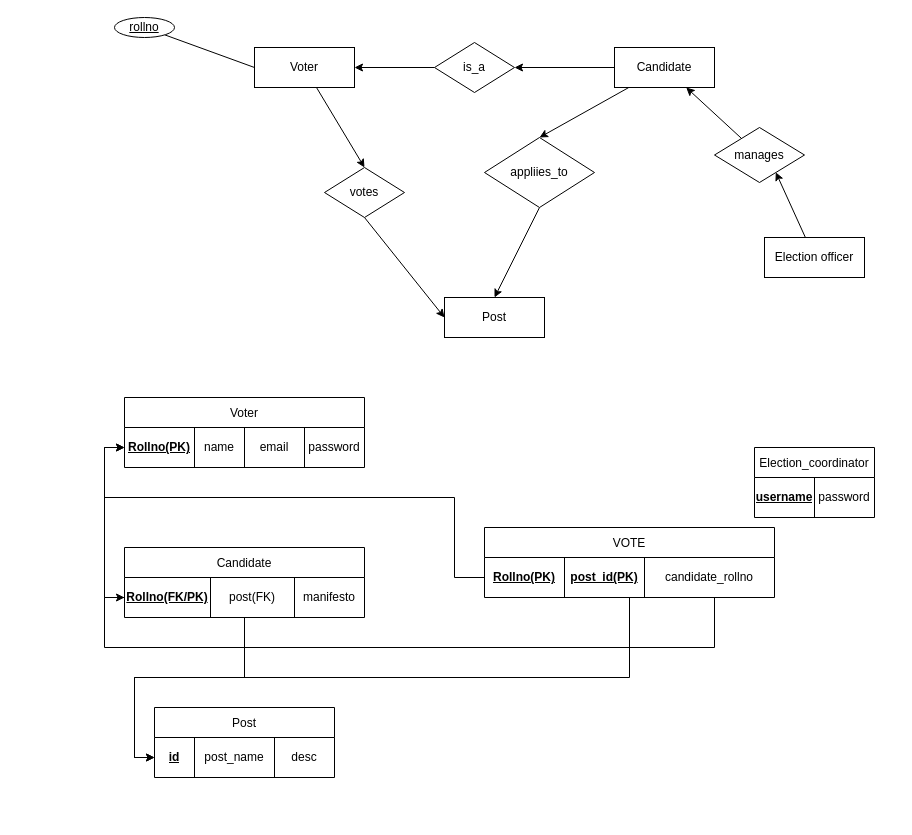
IgnatiousVarghese/Election-Management-System keeps this draw.io diagram as er_election.drawio. Above is the earlier version. Source tidied: cells renumbered, new cells numbered last; positions are measured from the earlier drawing's top-left corner, leaving out a move shared by most shapes. Both pictures are drawn from the tidied source at 100%, with x=0, y=0 at pixel (104, 17).
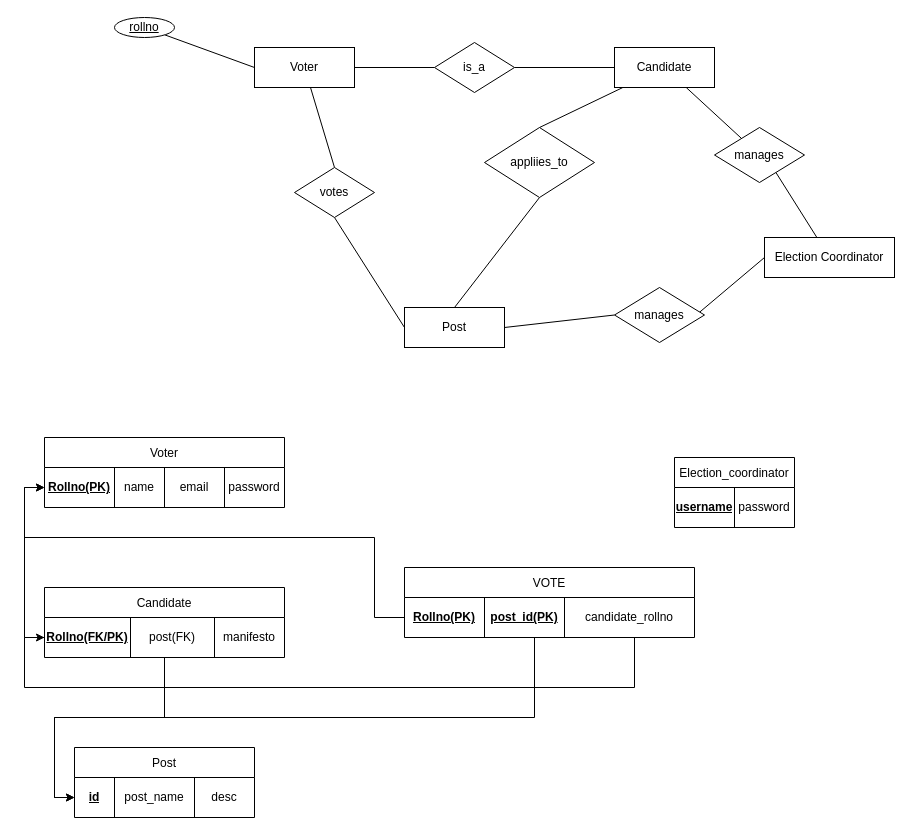
The same diagram, later.

The change refers to these unchanged cells:
```xml
<mxCell id="3" value="Voter" style="whiteSpace=wrap;html=1;align=center;" parent="1" vertex="1">
  <mxGeometry x="150" y="30" width="100" height="40" as="geometry" />
</mxCell>
<mxCell id="9" value="Candidate" style="whiteSpace=wrap;html=1;align=center;" parent="1" vertex="1">
  <mxGeometry x="510" y="30" width="100" height="40" as="geometry" />
</mxCell>
<mxCell id="14" value="is_a" style="shape=rhombus;perimeter=rhombusPerimeter;whiteSpace=wrap;html=1;align=center;" parent="1" vertex="1">
  <mxGeometry x="330" y="25" width="80" height="50" as="geometry" />
</mxCell>
<mxCell id="20" value="manages" style="shape=rhombus;perimeter=rhombusPerimeter;whiteSpace=wrap;html=1;align=center;" parent="1" vertex="1">
  <mxGeometry x="610" y="110" width="90" height="55" as="geometry" />
</mxCell>
<mxCell id="22" style="shape=partialRectangle;fillColor=none;top=0;left=0;bottom=0;right=0;points=[[0,0.5],[1,0.5]];portConstraint=eastwest;" parent="21" vertex="1">
  <mxGeometry y="30" width="240" height="40" as="geometry" />
</mxCell>
<mxCell id="34" style="shape=partialRectangle;fillColor=none;top=0;left=0;bottom=0;right=0;points=[[0,0.5],[1,0.5]];portConstraint=eastwest;" parent="33" vertex="1">
  <mxGeometry y="30" width="180" height="40" as="geometry" />
</mxCell>
<mxCell id="46" style="shape=partialRectangle;fillColor=none;top=0;left=0;bottom=0;right=0;points=[[0,0.5],[1,0.5]];portConstraint=eastwest;" parent="45" vertex="1">
  <mxGeometry y="30" width="290" height="40" as="geometry" />
</mxCell>
```

Change to the diagram source:
```diff
@@
-    <mxCell id="2" style="edgeStyle=none;rounded=0;jettySize=auto;html=1;entryX=0.5;entryY=0;entryDx=0;entryDy=0;endArrow=classic;endFill=1;" parent="1" edge="1" source="3" target="18">
+    <mxCell id="2" style="edgeStyle=none;rounded=0;jettySize=auto;html=1;entryX=0.5;entryY=0;entryDx=0;entryDy=0;endArrow=none;endFill=0;" parent="1" edge="1" source="3" target="18">
       <mxGeometry relative="1" as="geometry" />
     </mxCell>
@@
     <mxCell id="4" value="Post" style="whiteSpace=wrap;html=1;align=center;" parent="1" vertex="1">
-      <mxGeometry x="340" y="280" width="100" height="40" as="geometry" />
+      <mxGeometry x="300" y="290" width="100" height="40" as="geometry" />
     </mxCell>
-    <mxCell id="5" style="edgeStyle=none;rounded=0;jettySize=auto;html=1;entryX=0.681;entryY=0.814;entryDx=0;entryDy=0;entryPerimeter=0;endArrow=classic;endFill=1;" parent="1" edge="1" source="6" target="20">
+    <mxCell id="5" style="edgeStyle=none;rounded=0;jettySize=auto;html=1;entryX=0.681;entryY=0.814;entryDx=0;entryDy=0;entryPerimeter=0;endArrow=none;endFill=0;" parent="1" edge="1" source="6" target="20">
       <mxGeometry relative="1" as="geometry" />
     </mxCell>
-    <mxCell id="6" value="Election officer" style="whiteSpace=wrap;html=1;align=center;" parent="1" vertex="1">
-      <mxGeometry x="660" y="220" width="100" height="40" as="geometry" />
+    <mxCell id="6" value="Election Coordinator" style="whiteSpace=wrap;html=1;align=center;" parent="1" vertex="1">
+      <mxGeometry x="660" y="220" width="130" height="40" as="geometry" />
     </mxCell>
-    <mxCell id="7" style="edgeStyle=none;rounded=0;jettySize=auto;html=1;entryX=1;entryY=0.5;entryDx=0;entryDy=0;endArrow=classic;endFill=1;" parent="1" edge="1" source="9" target="14">
+    <mxCell id="7" style="edgeStyle=none;rounded=0;jettySize=auto;html=1;entryX=1;entryY=0.5;entryDx=0;entryDy=0;endArrow=none;endFill=0;" parent="1" edge="1" source="9" target="14">
       <mxGeometry relative="1" as="geometry" />
     </mxCell>
-    <mxCell id="8" style="edgeStyle=none;rounded=0;jettySize=auto;html=1;entryX=0.5;entryY=0;entryDx=0;entryDy=0;endArrow=classic;endFill=1;" parent="1" edge="1" source="9" target="16">
+    <mxCell id="8" style="edgeStyle=none;rounded=0;jettySize=auto;html=1;entryX=0.5;entryY=0;entryDx=0;entryDy=0;endArrow=none;endFill=0;" parent="1" edge="1" source="9" target="16">
       <mxGeometry relative="1" as="geometry" />
     </mxCell>
@@
-    <mxCell id="13" style="edgeStyle=none;rounded=0;jettySize=auto;html=1;entryX=1;entryY=0.5;entryDx=0;entryDy=0;endArrow=classic;endFill=1;" parent="1" edge="1" source="14" target="3">
+    <mxCell id="13" style="edgeStyle=none;rounded=0;jettySize=auto;html=1;entryX=1;entryY=0.5;entryDx=0;entryDy=0;endArrow=none;endFill=0;" parent="1" edge="1" source="14" target="3">
       <mxGeometry relative="1" as="geometry" />
     </mxCell>
@@
-    <mxCell id="15" style="edgeStyle=none;rounded=0;jettySize=auto;html=1;exitX=0.5;exitY=1;exitDx=0;exitDy=0;entryX=0.5;entryY=0;entryDx=0;entryDy=0;endArrow=classic;endFill=1;" parent="1" edge="1" source="16" target="4">
+    <mxCell id="15" style="edgeStyle=none;rounded=0;jettySize=auto;html=1;exitX=0.5;exitY=1;exitDx=0;exitDy=0;entryX=0.5;entryY=0;entryDx=0;entryDy=0;endArrow=none;endFill=0;" parent="1" edge="1" source="16" target="4">
       <mxGeometry relative="1" as="geometry" />
     </mxCell>
     <mxCell id="16" value="appliies_to" style="shape=rhombus;perimeter=rhombusPerimeter;whiteSpace=wrap;html=1;align=center;" parent="1" vertex="1">
-      <mxGeometry x="380" y="120" width="110" height="70" as="geometry" />
+      <mxGeometry x="380" y="110" width="110" height="70" as="geometry" />
     </mxCell>
-    <mxCell id="17" style="edgeStyle=none;rounded=0;jettySize=auto;html=1;entryX=0;entryY=0.5;entryDx=0;entryDy=0;endArrow=classic;endFill=1;exitX=0.5;exitY=1;exitDx=0;exitDy=0;" parent="1" edge="1" source="18" target="4">
+    <mxCell id="17" style="edgeStyle=none;rounded=0;jettySize=auto;html=1;entryX=0;entryY=0.5;entryDx=0;entryDy=0;endArrow=none;endFill=0;exitX=0.5;exitY=1;exitDx=0;exitDy=0;" parent="1" edge="1" source="18" target="4">
       <mxGeometry relative="1" as="geometry" />
     </mxCell>
     <mxCell id="18" value="votes" style="shape=rhombus;perimeter=rhombusPerimeter;whiteSpace=wrap;html=1;align=center;" parent="1" vertex="1">
-      <mxGeometry x="220" y="150" width="80" height="50" as="geometry" />
+      <mxGeometry x="190" y="150" width="80" height="50" as="geometry" />
     </mxCell>
-    <mxCell id="19" style="edgeStyle=none;rounded=0;jettySize=auto;html=1;endArrow=classic;endFill=1;" parent="1" edge="1" source="20" target="9">
+    <mxCell id="19" style="edgeStyle=none;rounded=0;jettySize=auto;html=1;endArrow=none;endFill=0;" parent="1" edge="1" source="20" target="9">
       <mxGeometry relative="1" as="geometry" />
     </mxCell>
@@
     <mxCell id="21" value="Voter" style="shape=table;startSize=30;childLayout=tableLayout;" parent="1" vertex="1">
-      <mxGeometry x="20" y="380" width="240" height="70" as="geometry" />
+      <mxGeometry x="-60" y="420" width="240" height="70" as="geometry" />
     </mxCell>
@@
     <mxCell id="28" value="Candidate" style="shape=table;startSize=30;childLayout=tableLayout;" parent="1" vertex="1">
-      <mxGeometry x="20" y="530" width="240" height="70" as="geometry" />
+      <mxGeometry x="-60" y="570" width="240" height="70" as="geometry" />
     </mxCell>
@@
     <mxCell id="33" value="Post" style="shape=table;startSize=30;childLayout=tableLayout;" parent="1" vertex="1">
-      <mxGeometry x="50" y="690" width="180" height="70" as="geometry" />
+      <mxGeometry x="-30" y="730" width="180" height="70" as="geometry" />
     </mxCell>
@@
     <mxCell id="39" value="Election_coordinator" style="shape=table;startSize=30;childLayout=tableLayout;" parent="1" vertex="1">
-      <mxGeometry x="650" y="430" width="120" height="70" as="geometry" />
+      <mxGeometry x="570" y="440" width="120" height="70" as="geometry" />
     </mxCell>
@@
     <mxCell id="43" style="edgeStyle=orthogonalEdgeStyle;rounded=0;jettySize=auto;html=1;entryX=0;entryY=0.5;entryDx=0;entryDy=0;endArrow=classic;endFill=1;" parent="1" edge="1" source="45" target="34">
       <mxGeometry relative="1" as="geometry">
         <Array as="points">
-          <mxPoint x="525" y="660" />
-          <mxPoint x="30" y="660" />
-          <mxPoint x="30" y="740" />
+          <mxPoint x="430" y="700" />
+          <mxPoint x="-50" y="700" />
+          <mxPoint x="-50" y="780" />
         </Array>
       </mxGeometry>
     </mxCell>
     <mxCell id="44" style="rounded=0;jettySize=auto;html=1;endArrow=classic;endFill=1;edgeStyle=orthogonalEdgeStyle;" parent="1" edge="1" source="45">
       <mxGeometry relative="1" as="geometry">
-        <mxPoint x="20" y="580" as="targetPoint" />
+        <mxPoint x="-60" y="620" as="targetPoint" />
         <Array as="points">
-          <mxPoint x="610" y="630" />
-          <mxPoint y="630" />
-          <mxPoint y="580" />
+          <mxPoint x="530" y="670" />
+          <mxPoint x="-80" y="670" />
+          <mxPoint x="-80" y="620" />
         </Array>
       </mxGeometry>
     </mxCell>
     <mxCell id="45" value="VOTE" style="shape=table;startSize=30;childLayout=tableLayout;" parent="1" vertex="1">
-      <mxGeometry x="380" y="510" width="290" height="70" as="geometry" />
+      <mxGeometry x="300" y="550" width="290" height="70" as="geometry" />
     </mxCell>
@@
     <mxCell id="50" style="edgeStyle=orthogonalEdgeStyle;rounded=0;jettySize=auto;html=1;entryX=0;entryY=0.5;entryDx=0;entryDy=0;endArrow=classic;endFill=1;" parent="1" edge="1" source="46" target="22">
       <mxGeometry relative="1" as="geometry">
         <Array as="points">
-          <mxPoint x="350" y="560" />
-          <mxPoint x="350" y="480" />
-          <mxPoint y="480" />
-          <mxPoint y="430" />
+          <mxPoint x="270" y="600" />
+          <mxPoint x="270" y="520" />
+          <mxPoint x="-80" y="520" />
+          <mxPoint x="-80" y="470" />
         </Array>
       </mxGeometry>
     </mxCell>
+    <mxCell id="51" style="edgeStyle=none;rounded=0;jettySize=auto;html=1;entryX=0.681;entryY=0.814;entryDx=0;entryDy=0;entryPerimeter=0;endArrow=none;endFill=0;exitX=0;exitY=0.5;exitDx=0;exitDy=0;" parent="1" edge="1" source="6" target="53">
+      <mxGeometry relative="1" as="geometry" />
+    </mxCell>
+    <mxCell id="52" style="rounded=0;jettySize=auto;html=1;exitX=0;exitY=0.5;exitDx=0;exitDy=0;entryX=1;entryY=0.5;entryDx=0;entryDy=0;endArrow=none;endFill=0;" parent="1" edge="1" source="53" target="4">
+      <mxGeometry relative="1" as="geometry" />
+    </mxCell>
+    <mxCell id="53" value="manages" style="shape=rhombus;perimeter=rhombusPerimeter;whiteSpace=wrap;html=1;align=center;" parent="1" vertex="1">
+      <mxGeometry x="510" y="270" width="90" height="55" as="geometry" />
+    </mxCell>
```
